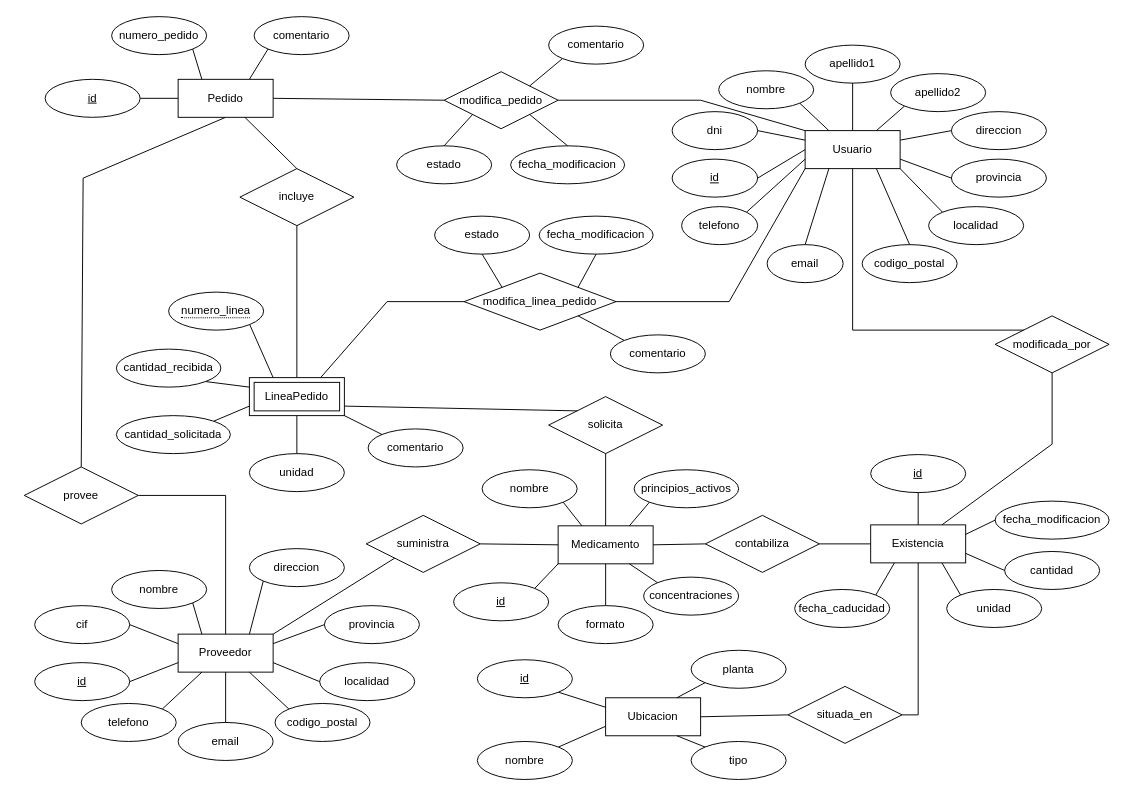
Above: Diagrama sin título.drawio in mariopr25/AlmacenMedicamentosER (draw.io), before the change. Source tidied: cells renumbered, new cells numbered last; positions are measured from the earlier drawing's top-left corner, leaving out a move shared by most shapes. Both pictures are drawn from the tidied source at 95%, with x=0, y=0 at pixel (16, 16).
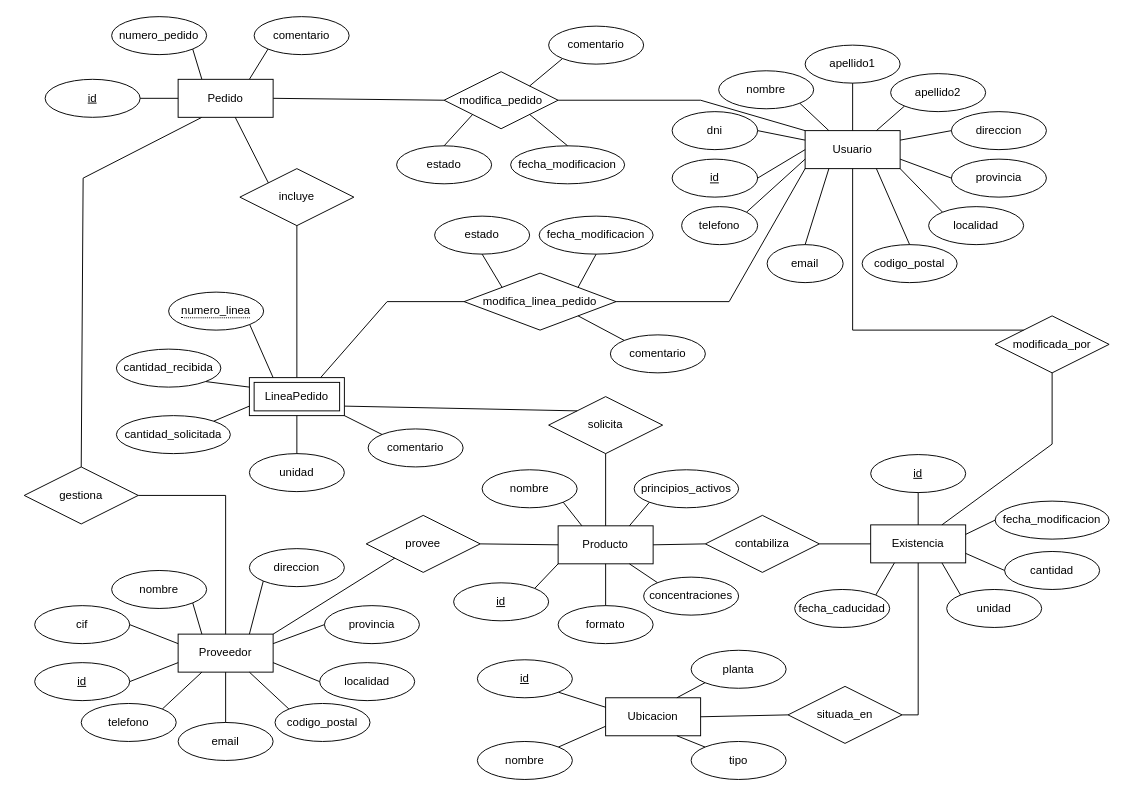
After the change.

Commit message:
Sustituida la Entidad Medicamento por Producto

The change refers to these unchanged cells:
```xml
<mxCell id="57" style="group;" parent="1" vertex="1">
  <mxGeometry x="410" y="474" width="360" height="162" as="geometry" />
</mxCell>
<mxCell id="101" value="Pedido" style="whiteSpace=wrap;html=1;align=center;" parent="96" vertex="1">
  <mxGeometry x="140" y="66" width="100" height="40" as="geometry" />
</mxCell>
<mxCell id="104" value="incluye" style="shape=rhombus;perimeter=rhombusPerimeter;whiteSpace=wrap;html=1;align=center;" parent="1" vertex="1">
  <mxGeometry x="235" y="160" width="120" height="60" as="geometry" />
</mxCell>
```

Diff of the diagram source:
```diff
@@
-    <mxCell id="58" value="Medicamento" style="whiteSpace=wrap;html=1;align=center;" parent="57" vertex="1">
+    <mxCell id="58" value="Producto" style="whiteSpace=wrap;html=1;align=center;" parent="57" vertex="1">
       <mxGeometry x="160" y="62" width="100" height="40" as="geometry" />
     </mxCell>
@@
-    <mxCell id="67" value="suministra" style="shape=rhombus;perimeter=rhombusPerimeter;whiteSpace=wrap;html=1;align=center;" parent="57" vertex="1">
+    <mxCell id="67" value="provee" style="shape=rhombus;perimeter=rhombusPerimeter;whiteSpace=wrap;html=1;align=center;" parent="57" vertex="1">
       <mxGeometry x="-42" y="51" width="120" height="60" as="geometry" />
     </mxCell>
@@
-    <mxCell id="90" value="provee" style="shape=rhombus;perimeter=rhombusPerimeter;whiteSpace=wrap;html=1;align=center;" parent="1" vertex="1">
+    <mxCell id="90" value="gestiona" style="shape=rhombus;perimeter=rhombusPerimeter;whiteSpace=wrap;html=1;align=center;" parent="1" vertex="1">
       <mxGeometry x="8" y="474" width="120" height="60" as="geometry" />
     </mxCell>
-    <mxCell id="91" style="endArrow=none;html=1;rounded=0;exitX=0.5;exitY=1;exitDx=0;exitDy=0;entryX=0.5;entryY=0;entryDx=0;entryDy=0;" parent="1" edge="1" source="101" target="90">
+    <mxCell id="91" style="endArrow=none;html=1;rounded=0;exitX=0.25;exitY=1;exitDx=0;exitDy=0;entryX=0.5;entryY=0;entryDx=0;entryDy=0;" parent="1" edge="1" source="101" target="90">
       <mxGeometry relative="1" as="geometry">
         <Array as="points">
           <mxPoint x="70" y="170" />
         </Array>
       </mxGeometry>
     </mxCell>
@@
-    <mxCell id="106" style="endArrow=none;html=1;rounded=0;exitX=0.5;exitY=0;exitDx=0;exitDy=0;" parent="1" edge="1" source="104" target="101">
+    <mxCell id="106" style="endArrow=none;html=1;rounded=0;exitX=0;exitY=0;exitDx=0;exitDy=0;" parent="1" edge="1" source="104" target="101">
       <mxGeometry relative="1" as="geometry" />
     </mxCell>
```
